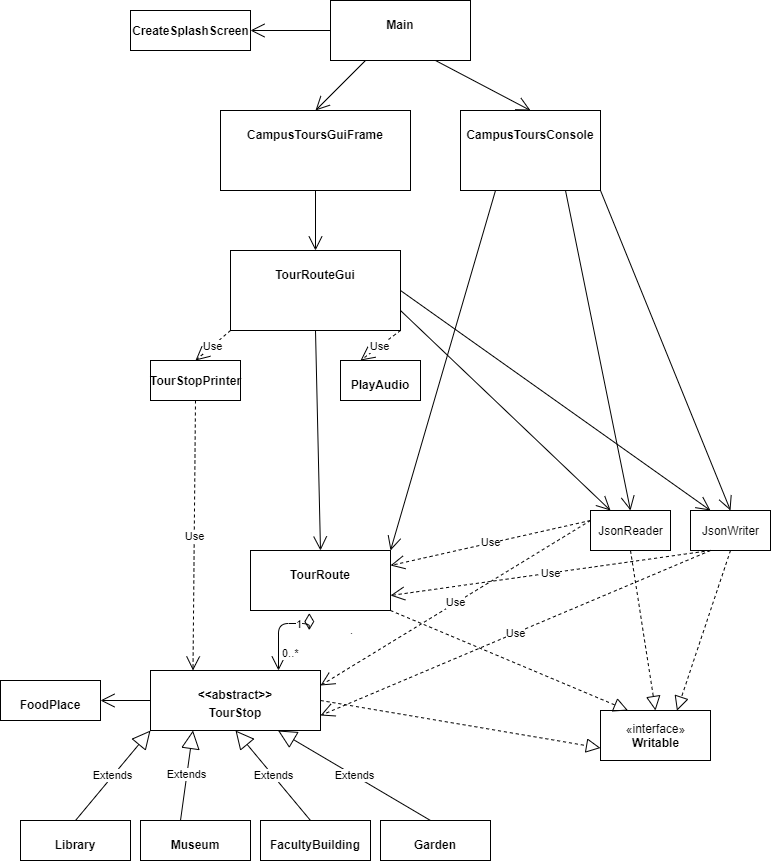
Before: UML_Design_Diagram.png, a diagram exported from draw.io (hala201/CampusTours). Source tidied: cells renumbered, new cells last; positions are measured from the earlier drawing's top-left corner, leaving out a move shared by most shapes.
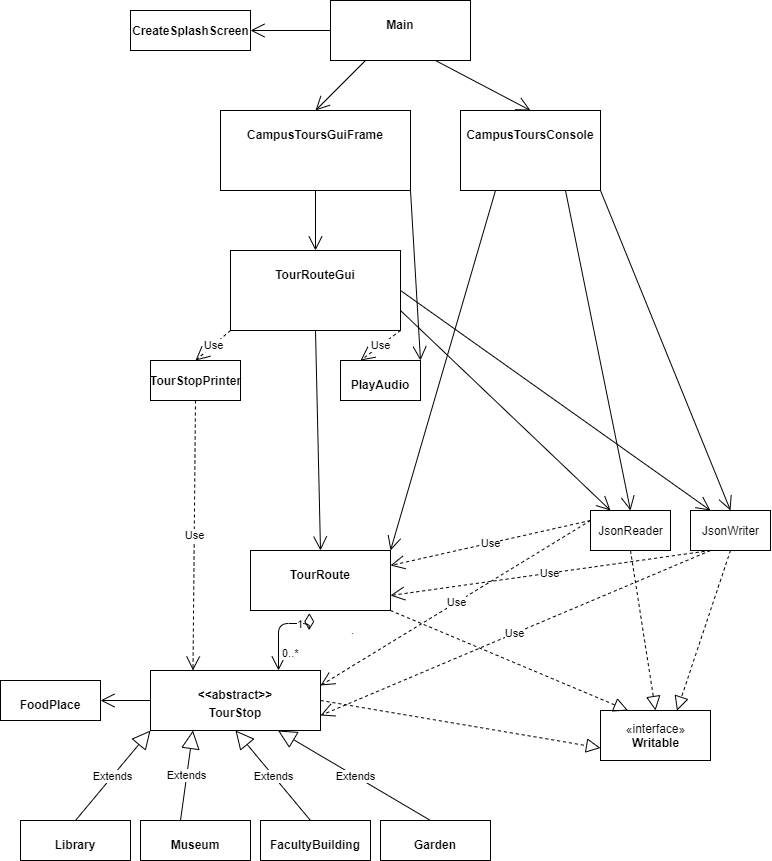
The same diagram one commit later.

Commit message:
Phase 4: Final Draft

Change to the diagram source:
```diff
@@ -164,5 +164,10 @@
     <mxCell id="48" value="Use" style="endArrow=open;endSize=12;dashed=1;html=1;entryX=1;entryY=0.75;entryDx=0;entryDy=0;exitX=0.25;exitY=1;exitDx=0;exitDy=0;" parent="1" edge="1" source="22" target="2">
       <mxGeometry relative="1" as="geometry" />
     </mxCell>
+    <mxCell id="49" style="endArrow=open;endFill=1;endSize=12;html=1;exitX=1;exitY=1;exitDx=0;exitDy=0;" parent="1" edge="1" source="34">
+      <mxGeometry relative="1" as="geometry">
+        <mxPoint x="420" y="360" as="targetPoint" />
+      </mxGeometry>
+    </mxCell>
   </root>
 </mxGraphModel>
```
